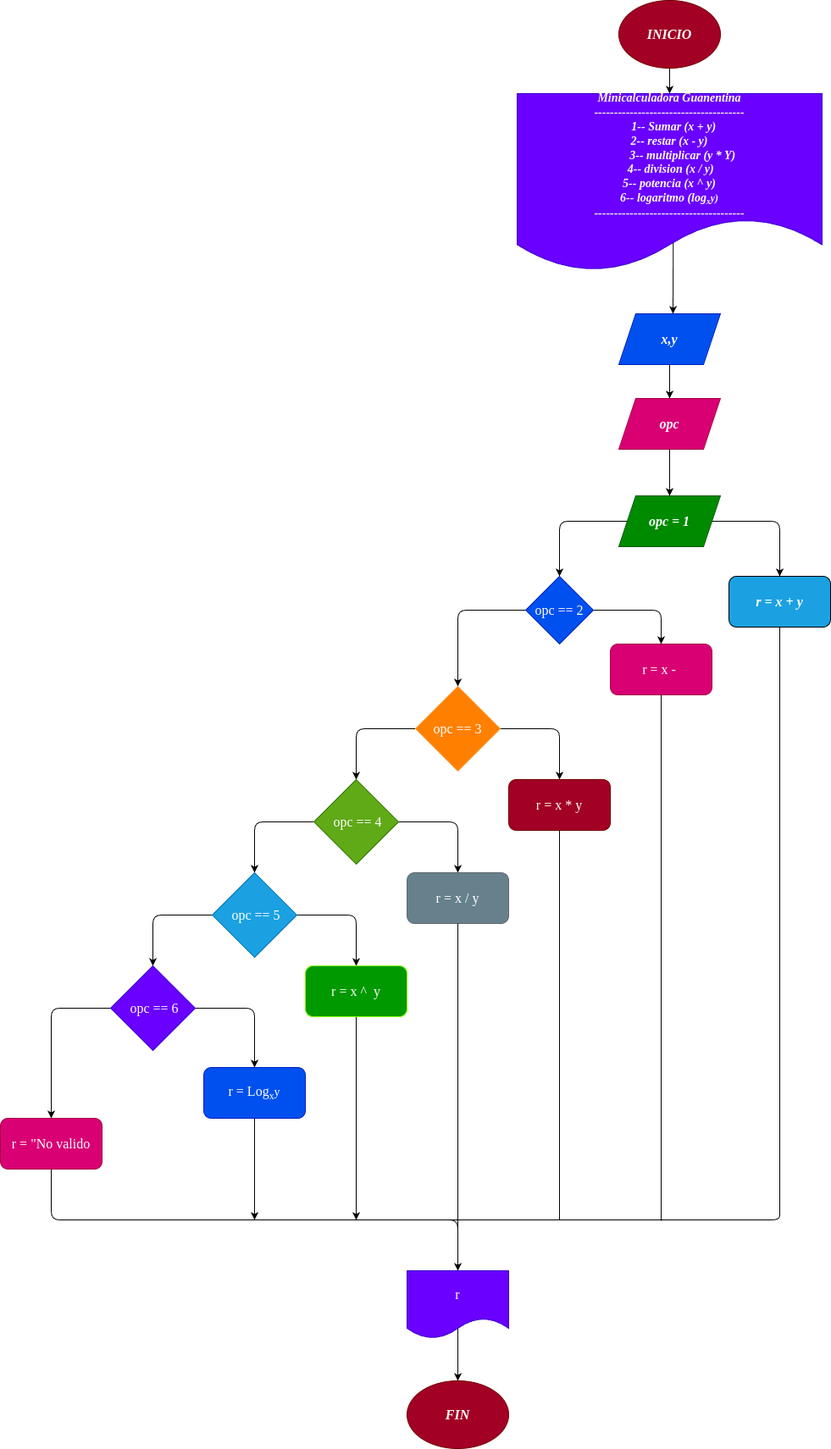
Before: diagrama.png, a diagram exported from draw.io (lesly500/Miniculadora-guanentina). Source tidied: cells renumbered, new cells last; positions are measured from the earlier drawing's top-left corner, leaving out a move shared by most shapes.
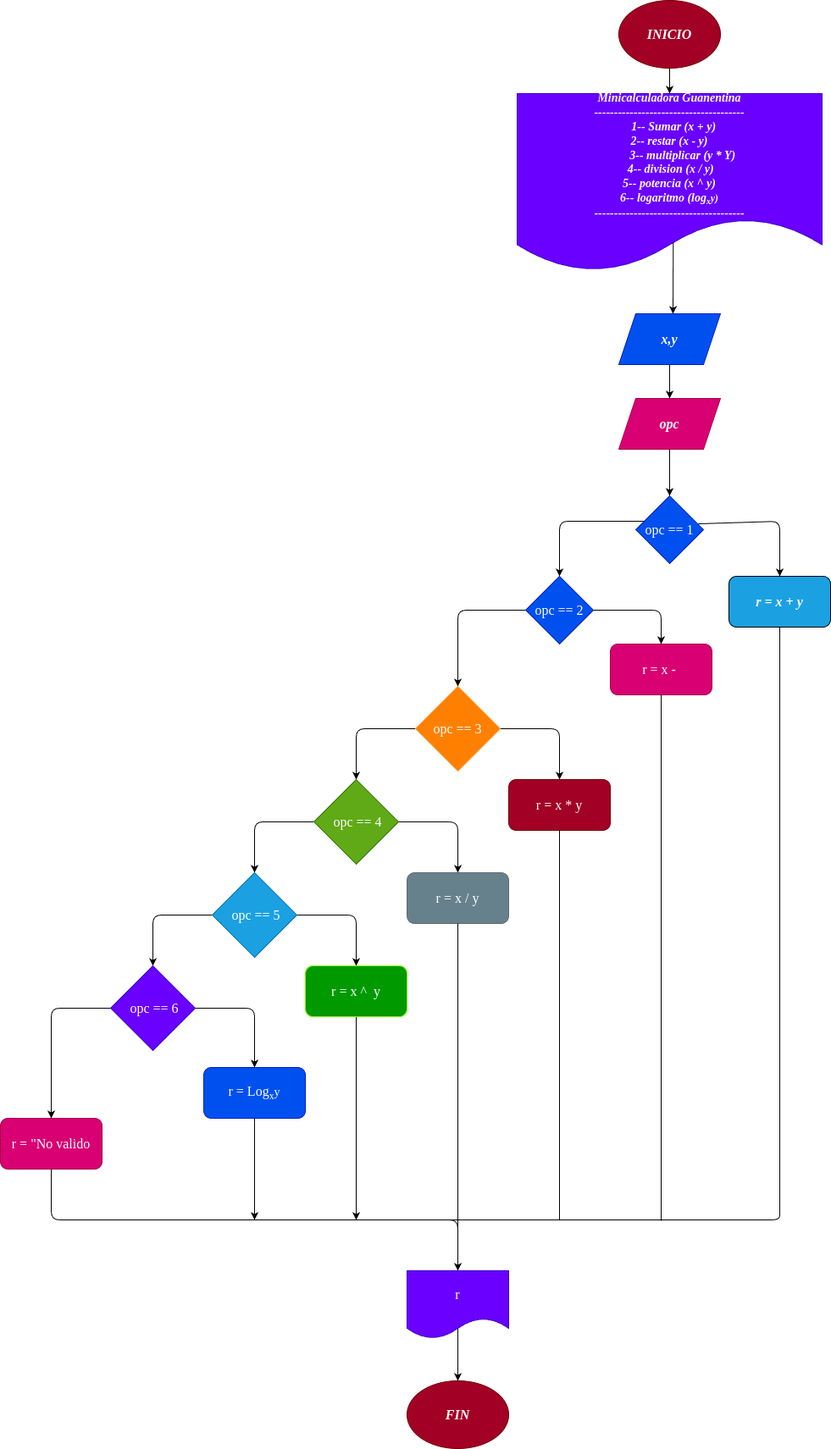
The same diagram one commit later.

Commit message:
acrtualizar repositorio

What changed in the source:
```diff
@@ -24,13 +24,15 @@
     <mxCell id="7" value="&lt;font style=&quot;font-size: 16px;&quot;&gt;x,y&lt;/font&gt;" style="shape=parallelogram;perimeter=parallelogramPerimeter;whiteSpace=wrap;html=1;fixedSize=1;fontSize=14;fontFamily=Lucida Console;fontStyle=3;fillColor=#0050ef;strokeColor=#001DBC;fontColor=#ffffff;" parent="1" vertex="1">
       <mxGeometry x="730" y="370" width="120" height="60" as="geometry" />
     </mxCell>
-    <mxCell id="8" style="edgeStyle=none;html=1;fontFamily=Lucida Console;fontSize=16;fontColor=#F5F5F5;" parent="1" edge="1" source="9" target="12">
-      <mxGeometry relative="1" as="geometry" />
+    <mxCell id="8" style="edgeStyle=none;html=1;fontFamily=Lucida Console;fontSize=16;fontColor=#F5F5F5;" parent="1" edge="1" source="9">
+      <mxGeometry relative="1" as="geometry">
+        <mxPoint x="790" y="585" as="targetPoint" />
+      </mxGeometry>
     </mxCell>
     <mxCell id="9" value="opc" style="shape=parallelogram;perimeter=parallelogramPerimeter;whiteSpace=wrap;html=1;fixedSize=1;fontSize=16;fontStyle=3;fontFamily=Lucida Console;fillColor=#d80073;fontColor=#ffffff;strokeColor=#A50040;" parent="1" vertex="1">
       <mxGeometry x="730" y="470" width="120" height="60" as="geometry" />
     </mxCell>
-    <mxCell id="10" style="edgeStyle=none;html=1;fontFamily=Lucida Console;fontSize=16;fontColor=#F5F5F5;" parent="1" edge="1" source="12">
+    <mxCell id="10" style="edgeStyle=none;html=1;fontFamily=Lucida Console;fontSize=16;fontColor=#F5F5F5;exitX=0.925;exitY=0.413;exitDx=0;exitDy=0;exitPerimeter=0;" parent="1" edge="1" source="45">
       <mxGeometry relative="1" as="geometry">
         <mxPoint x="920" y="680" as="targetPoint" />
         <Array as="points">
@@ -38,7 +40,7 @@
         </Array>
       </mxGeometry>
     </mxCell>
-    <mxCell id="11" style="edgeStyle=none;html=1;fontFamily=Lucida Console;fontSize=16;fontColor=#F5F5F5;" parent="1" edge="1" source="12">
+    <mxCell id="11" style="edgeStyle=none;html=1;fontFamily=Lucida Console;fontSize=16;fontColor=#F5F5F5;exitX=0.75;exitY=0.375;exitDx=0;exitDy=0;exitPerimeter=0;" parent="1" edge="1" source="45">
       <mxGeometry relative="1" as="geometry">
         <mxPoint x="660" y="680" as="targetPoint" />
         <Array as="points">
@@ -46,9 +48,6 @@
         </Array>
       </mxGeometry>
     </mxCell>
-    <mxCell id="12" value="opc = 1" style="shape=parallelogram;perimeter=parallelogramPerimeter;whiteSpace=wrap;html=1;fixedSize=1;fontSize=16;fontStyle=3;fontFamily=Lucida Console;fillColor=#008a00;fontColor=#ffffff;strokeColor=#005700;" parent="1" vertex="1">
-      <mxGeometry x="730" y="585" width="120" height="60" as="geometry" />
-    </mxCell>
     <mxCell id="13" value="&lt;span style=&quot;&quot;&gt;r = x + y&lt;/span&gt;" style="rounded=1;html=1;labelBackgroundColor=none;fontFamily=Lucida Console;fontSize=16;fontColor=#ffffff;fontStyle=3;fillColor=#1ba1e2;strokeColor=default;whiteSpace=wrap;" parent="1" vertex="1">
       <mxGeometry x="860" y="680" width="120" height="60" as="geometry" />
     </mxCell>
@@ -219,5 +218,8 @@
     <mxCell id="44" value="&lt;b&gt;&lt;i&gt;FIN&lt;/i&gt;&lt;/b&gt;" style="ellipse;whiteSpace=wrap;html=1;labelBackgroundColor=none;fontFamily=Lucida Console;fontSize=16;fontColor=#ffffff;fillColor=#a20025;strokeColor=#6F0000;" parent="1" vertex="1">
       <mxGeometry x="480" y="1630" width="120" height="80" as="geometry" />
     </mxCell>
+    <mxCell id="45" value="opc == 1" style="rhombus;whiteSpace=wrap;html=1;labelBackgroundColor=none;fontFamily=Lucida Console;fontSize=16;fontColor=#ffffff;fillColor=#0050ef;strokeColor=#001DBC;" parent="1" vertex="1">
+      <mxGeometry x="750" y="585" width="80" height="80" as="geometry" />
+    </mxCell>
   </root>
 </mxGraphModel>
```
